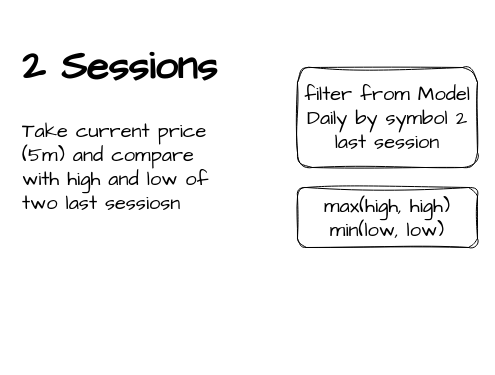
Above: page "2 sesions" (5 of 7) of structure.drawio in Kupavtsev/markets_data_handler (draw.io), before the change. Source tidied: cells renumbered, new cells numbered last; positions are measured from the earlier drawing's top-left corner, leaving out a move shared by most shapes. Both pictures are drawn from the tidied source at 100%, with x=0, y=0 at pixel (17, 27).
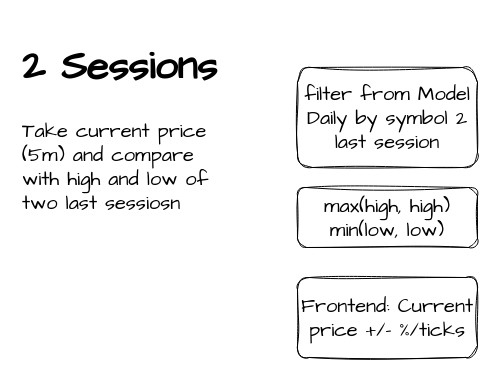
After the change.

The edit, as a diff of the source:
```diff
@@
 <mxGraphModel>
   <root>
     <mxCell id="0" />
     <mxCell id="1" parent="0" />
     <mxCell id="2" value="&lt;h1&gt;&lt;span style=&quot;background-color: initial;&quot;&gt;2 Sessions&lt;/span&gt;&lt;/h1&gt;&lt;div&gt;Take current price (5m) and compare with high and low of two last sessiosn&lt;/div&gt;" style="text;html=1;strokeColor=none;fillColor=none;spacing=5;spacingTop=-20;whiteSpace=wrap;overflow=hidden;rounded=0;fontSize=20;fontFamily=Architects Daughter;" parent="1" vertex="1">
       <mxGeometry width="210" height="200" as="geometry" />
     </mxCell>
     <mxCell id="3" value="filter from Model Daily by symbol 2 last session" style="rounded=1;whiteSpace=wrap;html=1;sketch=1;hachureGap=4;jiggle=2;curveFitting=1;fontFamily=Architects Daughter;fontSize=20;" parent="1" vertex="1">
       <mxGeometry x="280" y="40" width="180" height="100" as="geometry" />
     </mxCell>
     <mxCell id="4" value="max(high, high)&lt;br&gt;min(low, low)" style="rounded=1;whiteSpace=wrap;html=1;sketch=1;hachureGap=4;jiggle=2;curveFitting=1;fontFamily=Architects Daughter;fontSize=20;" parent="1" vertex="1">
       <mxGeometry x="280" y="160" width="180" height="60" as="geometry" />
     </mxCell>
+    <mxCell id="5" value="Frontend: Current&lt;br&gt;price +/- %/ticks" style="rounded=1;whiteSpace=wrap;html=1;sketch=1;hachureGap=4;jiggle=2;curveFitting=1;fontFamily=Architects Daughter;fontSize=20;" parent="1" vertex="1">
+      <mxGeometry x="280" y="250" width="180" height="80" as="geometry" />
+    </mxCell>
   </root>
 </mxGraphModel>
```
